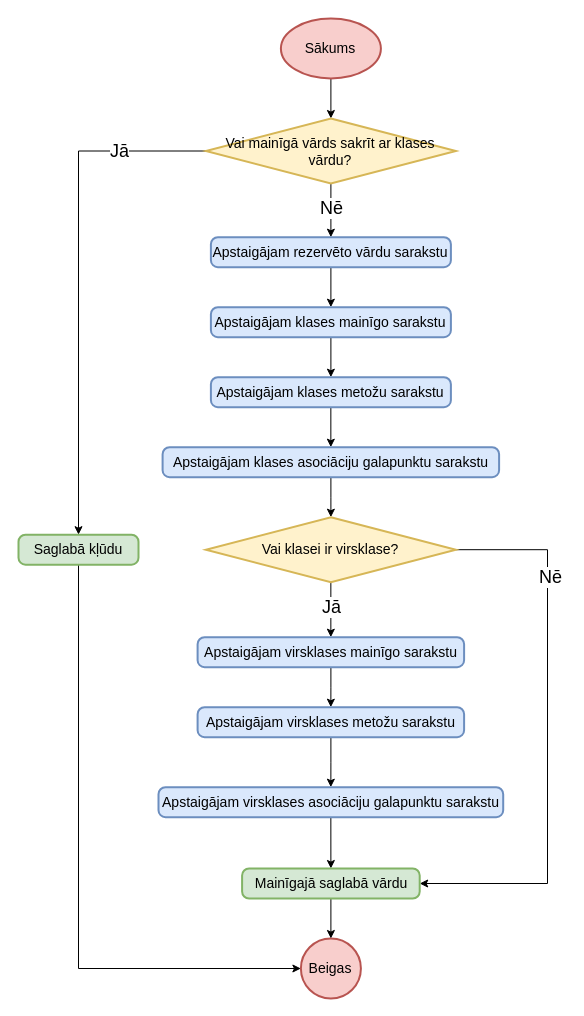
Earlier version of the draw.io diagram page "Mainīga vārda kompilēšana" (4 of 5) of src/Kvalifikacijas darbs/Diagrammas/Kompilators/Lauki un mainīgie.drawio (artiks12/webAppOS). Source tidied: cells renumbered, new cells numbered last; positions are measured from the earlier drawing's top-left corner, leaving out a move shared by most shapes. Both pictures are drawn from the tidied source at 100%, with x=0, y=0 at pixel (18, 18).
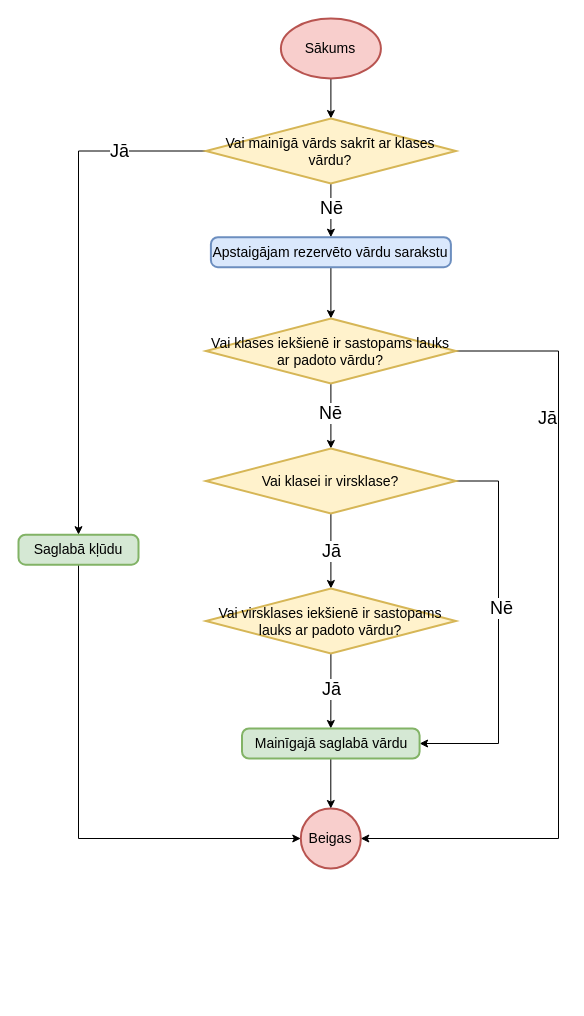
After the change.

The change refers to these unchanged cells:
```xml
<mxCell id="7" value="Apstaigājam rezervēto vārdu sarakstu" style="rounded=1;whiteSpace=wrap;html=1;absoluteArcSize=1;arcSize=14;strokeWidth=2;fontSize=14;fillColor=#dae8fc;strokeColor=#6c8ebf;" parent="1" vertex="1">
  <mxGeometry x="192.4" y="218.7" width="240" height="30" as="geometry" />
</mxCell>
<mxCell id="29" value="Saglabā kļūdu" style="rounded=1;whiteSpace=wrap;html=1;absoluteArcSize=1;arcSize=14;strokeWidth=2;fontSize=14;fillColor=#d5e8d4;strokeColor=#82b366;" parent="1" vertex="1">
  <mxGeometry y="516.2" width="120" height="30" as="geometry" />
</mxCell>
```

What changed in the source:
```diff
@@
-    <mxCell id="4" style="edgeStyle=orthogonalEdgeStyle;rounded=0;jettySize=auto;html=1;fontSize=18;exitX=0.5;exitY=1;exitDx=0;exitDy=0;entryX=0.5;entryY=0;entryDx=0;entryDy=0;" parent="1" edge="1" source="23" target="32">
+    <mxCell id="4" style="edgeStyle=orthogonalEdgeStyle;rounded=0;jettySize=auto;html=1;fontSize=18;exitX=0.5;exitY=1;exitDx=0;exitDy=0;entryX=0.5;entryY=0;entryDx=0;entryDy=0;exitPerimeter=0;" parent="1" edge="1" source="38" target="32">
       <mxGeometry relative="1" as="geometry" />
     </mxCell>
+    <mxCell id="33" value="&lt;font style=&quot;font-size: 18px&quot;&gt;Jā&lt;/font&gt;" style="edgeLabel;html=1;align=center;verticalAlign=middle;" parent="4" vertex="1">
+      <mxGeometry x="-0.7" relative="1" as="geometry">
+        <mxPoint y="24" as="offset" />
+      </mxGeometry>
+    </mxCell>
     <mxCell id="5" value="Beigas" style="strokeWidth=2;html=1;shape=mxgraph.flowchart.start_2;whiteSpace=wrap;fontSize=14;fillColor=#f8cecc;strokeColor=#b85450;" parent="1" vertex="1">
-      <mxGeometry x="282.4" y="920" width="60" height="60" as="geometry" />
+      <mxGeometry x="282.3" y="790" width="60" height="60" as="geometry" />
     </mxCell>
-    <mxCell id="6" style="edgeStyle=orthogonalEdgeStyle;rounded=0;jettySize=auto;html=1;fontSize=18;" parent="1" edge="1" source="7" target="9">
+    <mxCell id="6" style="edgeStyle=orthogonalEdgeStyle;rounded=0;jettySize=auto;html=1;fontSize=18;entryX=0.5;entryY=0;entryDx=0;entryDy=0;entryPerimeter=0;" parent="1" edge="1" source="7" target="37">
       <mxGeometry relative="1" as="geometry" />
     </mxCell>
@@
-    <mxCell id="8" style="edgeStyle=orthogonalEdgeStyle;rounded=0;jettySize=auto;html=1;entryX=0.5;entryY=0;entryDx=0;entryDy=0;fontSize=18;" parent="1" edge="1" source="9" target="11">
-      <mxGeometry relative="1" as="geometry" />
-    </mxCell>
-    <mxCell id="9" value="Apstaigājam klases mainīgo sarakstu" style="rounded=1;whiteSpace=wrap;html=1;absoluteArcSize=1;arcSize=14;strokeWidth=2;fontSize=14;fillColor=#dae8fc;strokeColor=#6c8ebf;" parent="1" vertex="1">
-      <mxGeometry x="192.4" y="288.7" width="240" height="30" as="geometry" />
-    </mxCell>
-    <mxCell id="10" style="edgeStyle=orthogonalEdgeStyle;rounded=0;jettySize=auto;html=1;entryX=0.5;entryY=0;entryDx=0;entryDy=0;fontSize=18;" parent="1" edge="1" source="11" target="13">
-      <mxGeometry relative="1" as="geometry" />
-    </mxCell>
-    <mxCell id="11" value="Apstaigājam klases metožu sarakstu" style="rounded=1;whiteSpace=wrap;html=1;absoluteArcSize=1;arcSize=14;strokeWidth=2;fontSize=14;fillColor=#dae8fc;strokeColor=#6c8ebf;" parent="1" vertex="1">
-      <mxGeometry x="192.4" y="358.7" width="240" height="30" as="geometry" />
-    </mxCell>
-    <mxCell id="12" style="edgeStyle=orthogonalEdgeStyle;rounded=0;jettySize=auto;html=1;entryX=0.5;entryY=0;entryDx=0;entryDy=0;entryPerimeter=0;fontSize=18;" parent="1" edge="1" source="13" target="18">
+    <mxCell id="12" style="edgeStyle=orthogonalEdgeStyle;rounded=0;jettySize=auto;html=1;entryX=0.5;entryY=0;entryDx=0;entryDy=0;entryPerimeter=0;fontSize=18;exitX=0.5;exitY=1;exitDx=0;exitDy=0;exitPerimeter=0;" parent="1" edge="1" source="37" target="18">
       <mxGeometry relative="1" as="geometry" />
     </mxCell>
-    <mxCell id="13" value="Apstaigājam klases asociāciju galapunktu sarakstu" style="rounded=1;whiteSpace=wrap;html=1;absoluteArcSize=1;arcSize=14;strokeWidth=2;fontSize=14;fillColor=#dae8fc;strokeColor=#6c8ebf;" parent="1" vertex="1">
-      <mxGeometry x="144.1" y="428.7" width="336.5" height="30" as="geometry" />
-    </mxCell>
+    <mxCell id="34" value="&lt;font style=&quot;font-size: 18px&quot;&gt;Nē&lt;/font&gt;" style="edgeLabel;html=1;align=center;verticalAlign=middle;" parent="12" vertex="1">
+      <mxGeometry x="-0.26" y="-3" relative="1" as="geometry">
+        <mxPoint x="2" y="5" as="offset" />
+      </mxGeometry>
+    </mxCell>
-    <mxCell id="14" style="edgeStyle=orthogonalEdgeStyle;rounded=0;jettySize=auto;html=1;entryX=0.5;entryY=0;entryDx=0;entryDy=0;fontSize=18;" parent="1" edge="1" source="18" target="20">
+    <mxCell id="14" style="edgeStyle=orthogonalEdgeStyle;rounded=0;jettySize=auto;html=1;entryX=0.5;entryY=0;entryDx=0;entryDy=0;fontSize=18;entryPerimeter=0;" parent="1" edge="1" source="18" target="38">
       <mxGeometry relative="1" as="geometry" />
     </mxCell>
@@
-    <mxCell id="16" style="edgeStyle=orthogonalEdgeStyle;rounded=0;jettySize=auto;html=1;entryX=1;entryY=0.5;entryDx=0;entryDy=0;fontSize=18;" parent="1" edge="1" source="18" target="32">
+    <mxCell id="16" style="edgeStyle=orthogonalEdgeStyle;rounded=0;jettySize=auto;html=1;entryX=1;entryY=0.5;entryDx=0;entryDy=0;fontSize=18;exitX=1;exitY=0.5;exitDx=0;exitDy=0;exitPerimeter=0;" parent="1" edge="1" source="18" target="32">
       <mxGeometry relative="1" as="geometry">
         <Array as="points">
-          <mxPoint x="529" y="531" />
-          <mxPoint x="529" y="865" />
+          <mxPoint x="480" y="463" />
+          <mxPoint x="480" y="725" />
         </Array>
       </mxGeometry>
     </mxCell>
     <mxCell id="17" value="Nē" style="edgeLabel;html=1;align=center;verticalAlign=middle;fontSize=18;" parent="16" vertex="1">
-      <mxGeometry x="-0.57" y="2" relative="1" as="geometry" />
+      <mxGeometry x="-0.57" y="2" relative="1" as="geometry">
+        <mxPoint y="87" as="offset" />
+      </mxGeometry>
     </mxCell>
     <mxCell id="18" value="Vai klasei ir virsklase?" style="strokeWidth=2;html=1;shape=mxgraph.flowchart.decision;whiteSpace=wrap;fontSize=14;fillColor=#fff2cc;strokeColor=#d6b656;" parent="1" vertex="1">
-      <mxGeometry x="187.4" y="498.7" width="250" height="65" as="geometry" />
+      <mxGeometry x="187.4" y="430" width="250" height="65" as="geometry" />
     </mxCell>
-    <mxCell id="19" style="edgeStyle=orthogonalEdgeStyle;rounded=0;jettySize=auto;html=1;entryX=0.5;entryY=0;entryDx=0;entryDy=0;fontSize=18;" parent="1" edge="1" source="20" target="22">
-      <mxGeometry relative="1" as="geometry" />
-    </mxCell>
-    <mxCell id="20" value="Apstaigājam virsklases mainīgo sarakstu" style="rounded=1;whiteSpace=wrap;html=1;absoluteArcSize=1;arcSize=14;strokeWidth=2;fontSize=14;fillColor=#dae8fc;strokeColor=#6c8ebf;" parent="1" vertex="1">
-      <mxGeometry x="179.1" y="618.7" width="266.5" height="30" as="geometry" />
-    </mxCell>
-    <mxCell id="21" style="edgeStyle=orthogonalEdgeStyle;rounded=0;jettySize=auto;html=1;entryX=0.5;entryY=0;entryDx=0;entryDy=0;fontSize=18;" parent="1" edge="1" source="22" target="23">
-      <mxGeometry relative="1" as="geometry" />
-    </mxCell>
-    <mxCell id="22" value="Apstaigājam virsklases metožu sarakstu" style="rounded=1;whiteSpace=wrap;html=1;absoluteArcSize=1;arcSize=14;strokeWidth=2;fontSize=14;fillColor=#dae8fc;strokeColor=#6c8ebf;" parent="1" vertex="1">
-      <mxGeometry x="179.1" y="688.7" width="266.5" height="30" as="geometry" />
-    </mxCell>
-    <mxCell id="23" value="Apstaigājam virsklases asociāciju galapunktu sarakstu" style="rounded=1;whiteSpace=wrap;html=1;absoluteArcSize=1;arcSize=14;strokeWidth=2;fontSize=14;fillColor=#dae8fc;strokeColor=#6c8ebf;" parent="1" vertex="1">
-      <mxGeometry x="140" y="768.7" width="344.7" height="30" as="geometry" />
-    </mxCell>
@@
     <mxCell id="28" style="edgeStyle=orthogonalEdgeStyle;rounded=0;jettySize=auto;html=1;entryX=0;entryY=0.5;entryDx=0;entryDy=0;entryPerimeter=0;" parent="1" edge="1" source="29" target="5">
       <mxGeometry relative="1" as="geometry">
         <Array as="points">
-          <mxPoint x="60" y="950" />
+          <mxPoint x="60" y="820" />
         </Array>
       </mxGeometry>
     </mxCell>
@@
     <mxCell id="32" value="Mainīgajā saglabā vārdu" style="rounded=1;whiteSpace=wrap;html=1;absoluteArcSize=1;arcSize=14;strokeWidth=2;fontSize=14;fillColor=#d5e8d4;strokeColor=#82b366;" parent="1" vertex="1">
-      <mxGeometry x="223.6" y="850" width="177.6" height="30" as="geometry" />
+      <mxGeometry x="223.5" y="710" width="177.6" height="30" as="geometry" />
     </mxCell>
+    <mxCell id="35" style="edgeStyle=orthogonalEdgeStyle;rounded=0;jettySize=auto;html=1;entryX=1;entryY=0.5;entryDx=0;entryDy=0;entryPerimeter=0;" parent="1" edge="1" source="37" target="5">
+      <mxGeometry relative="1" as="geometry">
+        <Array as="points">
+          <mxPoint x="540" y="333" />
+          <mxPoint x="540" y="820" />
+        </Array>
+      </mxGeometry>
+    </mxCell>
+    <mxCell id="36" value="&lt;font style=&quot;font-size: 18px&quot;&gt;Jā&lt;/font&gt;" style="edgeLabel;html=1;align=center;verticalAlign=middle;" parent="35" vertex="1">
+      <mxGeometry x="-0.77" y="-1" relative="1" as="geometry">
+        <mxPoint y="66" as="offset" />
+      </mxGeometry>
+    </mxCell>
+    <mxCell id="37" value="Vai klases iekšienē ir sastopams lauks ar padoto vārdu?" style="strokeWidth=2;html=1;shape=mxgraph.flowchart.decision;whiteSpace=wrap;fontSize=14;fillColor=#fff2cc;strokeColor=#d6b656;" parent="1" vertex="1">
+      <mxGeometry x="187.4" y="300" width="250" height="65" as="geometry" />
+    </mxCell>
+    <mxCell id="38" value="Vai virsklases iekšienē ir sastopams lauks ar padoto vārdu?" style="strokeWidth=2;html=1;shape=mxgraph.flowchart.decision;whiteSpace=wrap;fontSize=14;fillColor=#fff2cc;strokeColor=#d6b656;" parent="1" vertex="1">
+      <mxGeometry x="187.4" y="570" width="250" height="65" as="geometry" />
+    </mxCell>
```
